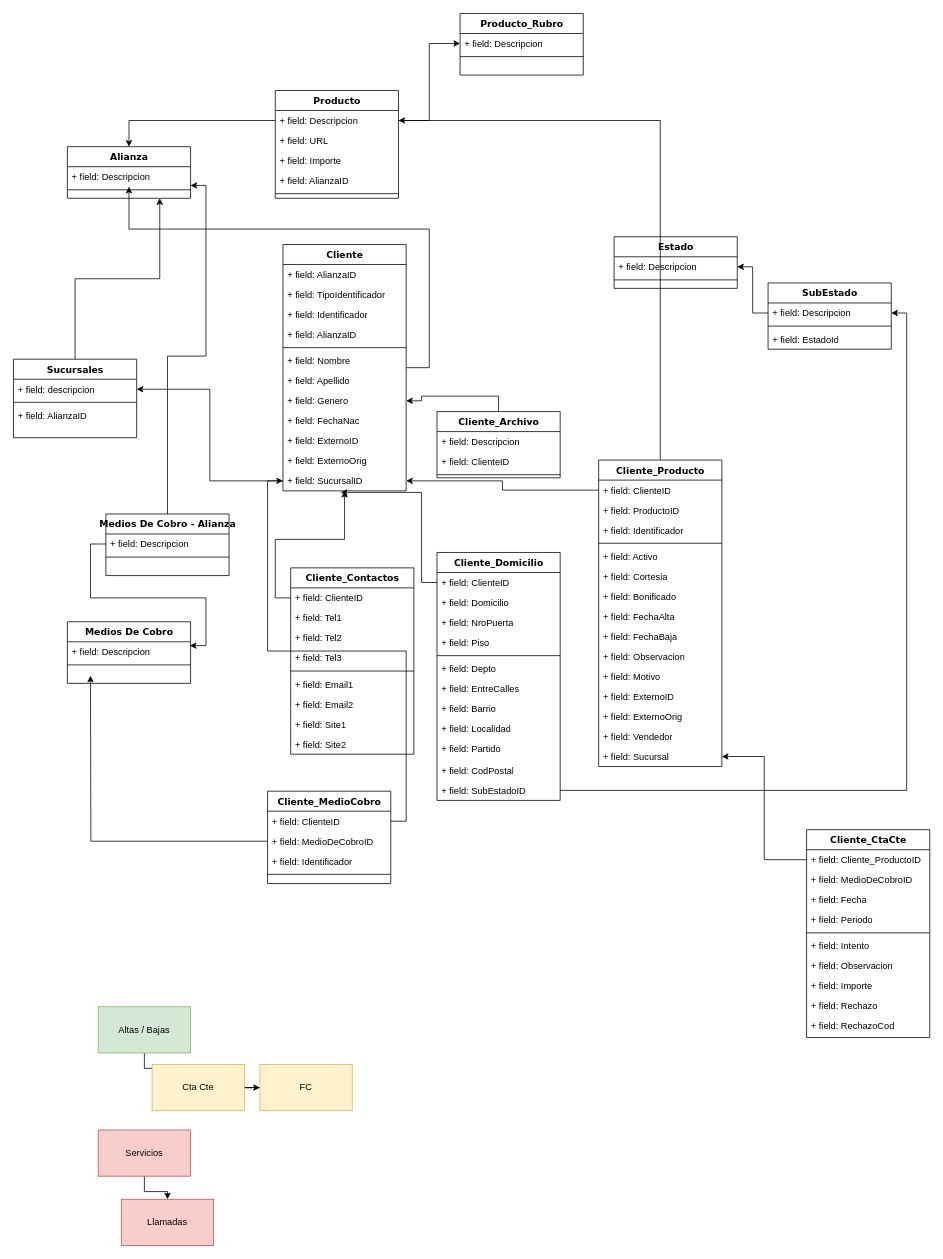
The draw.io diagram gag/Untitled Diagram.drawio in globalassistgroup/.github, before the edit. Source tidied: cells renumbered, new cells numbered last; positions are measured from the earlier drawing's top-left corner, leaving out a move shared by most shapes. Both pictures are drawn from the tidied source at 77%, with x=0, y=0 at pixel (13, 13).
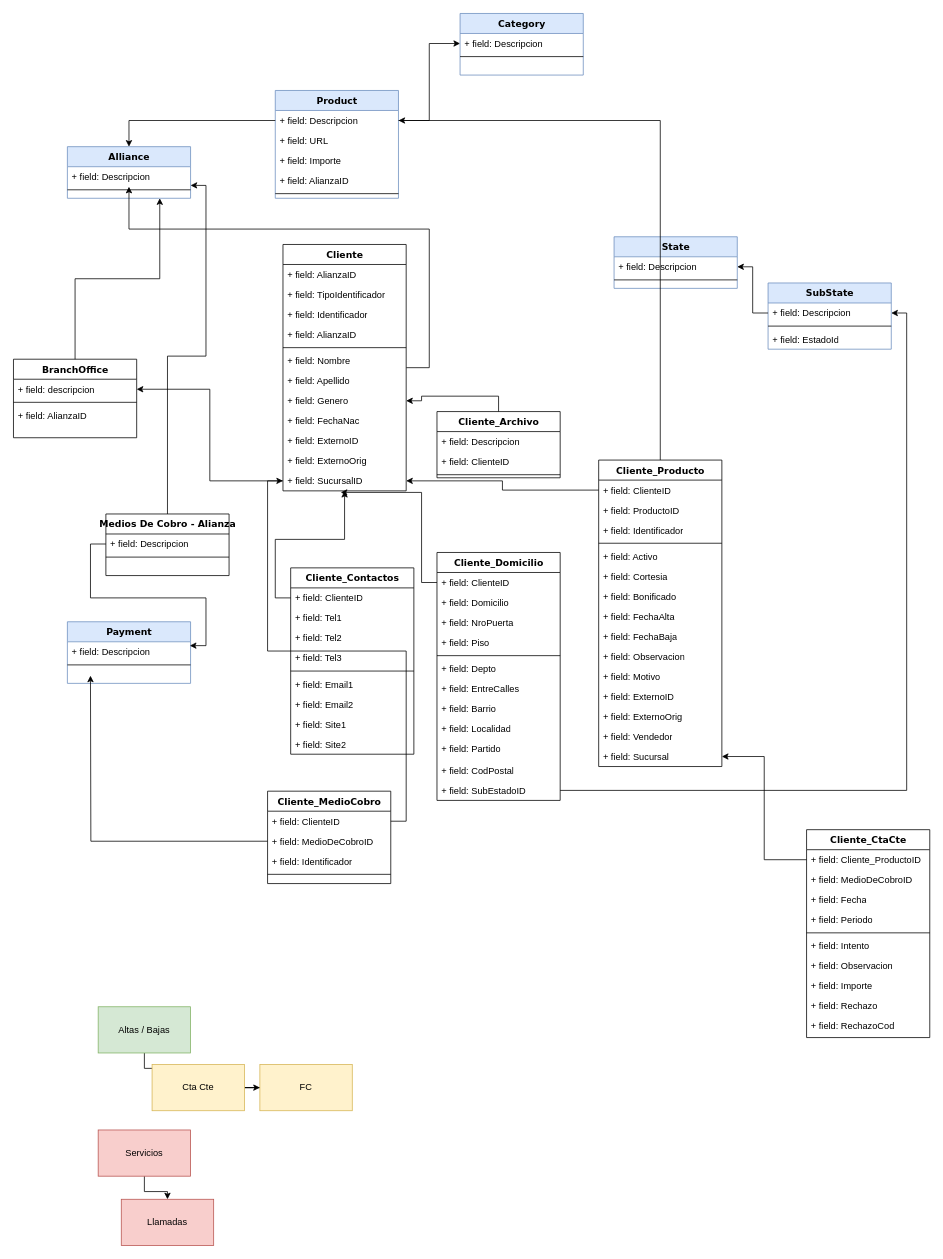
After the change.

Diff of the diagram source:
```diff
@@
-    <mxCell id="2" value="Alianza" style="swimlane;html=1;fontStyle=1;align=center;verticalAlign=top;horizontal=1;startSize=26;swimlaneFillColor=#ffffff;rounded=0;shadow=0;comic=0;labelBackgroundColor=none;strokeWidth=1;fillColor=none;fontFamily=Verdana;fontSize=12;" parent="1" vertex="1">
+    <mxCell id="2" value="Alliance" style="swimlane;html=1;fontStyle=1;align=center;verticalAlign=top;horizontal=1;startSize=26;swimlaneFillColor=#ffffff;rounded=0;shadow=0;comic=0;labelBackgroundColor=none;strokeWidth=1;fillColor=#dae8fc;fontFamily=Verdana;fontSize=12;strokeColor=#6c8ebf;" parent="1" vertex="1">
       <mxGeometry x="70" y="173" width="160" height="67" as="geometry" />
     </mxCell>
@@
-    <mxCell id="5" value="Producto_Rubro" style="swimlane;html=1;fontStyle=1;align=center;verticalAlign=top;horizontal=1;startSize=26;swimlaneFillColor=#ffffff;rounded=0;shadow=0;comic=0;labelBackgroundColor=none;strokeWidth=1;fillColor=none;fontFamily=Verdana;fontSize=12;" parent="1" vertex="1">
+    <mxCell id="5" value="Category" style="swimlane;html=1;fontStyle=1;align=center;verticalAlign=top;horizontal=1;startSize=26;swimlaneFillColor=#ffffff;rounded=0;shadow=0;comic=0;labelBackgroundColor=none;strokeWidth=1;fillColor=#dae8fc;fontFamily=Verdana;fontSize=12;strokeColor=#6c8ebf;" parent="1" vertex="1">
       <mxGeometry x="580" width="160" height="80" as="geometry" />
     </mxCell>
@@
-    <mxCell id="8" value="Producto" style="swimlane;html=1;fontStyle=1;align=center;verticalAlign=top;horizontal=1;startSize=26;swimlaneFillColor=#ffffff;rounded=0;shadow=0;comic=0;labelBackgroundColor=none;strokeWidth=1;fillColor=none;fontFamily=Verdana;fontSize=12;" parent="1" vertex="1">
+    <mxCell id="8" value="Product" style="swimlane;html=1;fontStyle=1;align=center;verticalAlign=top;horizontal=1;startSize=26;swimlaneFillColor=#ffffff;rounded=0;shadow=0;comic=0;labelBackgroundColor=none;strokeWidth=1;fillColor=#dae8fc;fontFamily=Verdana;fontSize=12;strokeColor=#6c8ebf;" parent="1" vertex="1">
       <mxGeometry x="340" y="100" width="160" height="140" as="geometry" />
     </mxCell>
@@
-    <mxCell id="15" value="Sucursales" style="swimlane;html=1;fontStyle=1;align=center;verticalAlign=top;horizontal=1;startSize=26;swimlaneFillColor=#ffffff;rounded=0;shadow=0;comic=0;labelBackgroundColor=none;strokeWidth=1;fillColor=none;fontFamily=Verdana;fontSize=12;" parent="1" vertex="1">
+    <mxCell id="15" value="BranchOffice" style="swimlane;html=1;fontStyle=1;align=center;verticalAlign=top;horizontal=1;startSize=26;swimlaneFillColor=#ffffff;rounded=0;shadow=0;comic=0;labelBackgroundColor=none;strokeWidth=1;fillColor=none;fontFamily=Verdana;fontSize=12;" parent="1" vertex="1">
       <mxGeometry y="449" width="160" height="102" as="geometry" />
     </mxCell>
@@
-    <mxCell id="21" value="Medios De Cobro" style="swimlane;html=1;fontStyle=1;align=center;verticalAlign=top;horizontal=1;startSize=26;swimlaneFillColor=#ffffff;rounded=0;shadow=0;comic=0;labelBackgroundColor=none;strokeWidth=1;fillColor=none;fontFamily=Verdana;fontSize=12;" parent="1" vertex="1">
+    <mxCell id="21" value="Payment" style="swimlane;html=1;fontStyle=1;align=center;verticalAlign=top;horizontal=1;startSize=26;swimlaneFillColor=#ffffff;rounded=0;shadow=0;comic=0;labelBackgroundColor=none;strokeWidth=1;fillColor=#dae8fc;fontFamily=Verdana;fontSize=12;strokeColor=#6c8ebf;" parent="1" vertex="1">
       <mxGeometry x="70" y="790" width="160" height="80" as="geometry" />
     </mxCell>
@@
-    <mxCell id="29" value="Estado" style="swimlane;html=1;fontStyle=1;align=center;verticalAlign=top;horizontal=1;startSize=26;swimlaneFillColor=#ffffff;rounded=0;shadow=0;comic=0;labelBackgroundColor=none;strokeWidth=1;fillColor=none;fontFamily=Verdana;fontSize=12;" parent="1" vertex="1">
+    <mxCell id="29" value="State" style="swimlane;html=1;fontStyle=1;align=center;verticalAlign=top;horizontal=1;startSize=26;swimlaneFillColor=#ffffff;rounded=0;shadow=0;comic=0;labelBackgroundColor=none;strokeWidth=1;fillColor=#dae8fc;fontFamily=Verdana;fontSize=12;strokeColor=#6c8ebf;" parent="1" vertex="1">
       <mxGeometry x="780" y="290" width="160" height="67" as="geometry" />
     </mxCell>
@@
-    <mxCell id="32" value="SubEstado" style="swimlane;html=1;fontStyle=1;align=center;verticalAlign=top;horizontal=1;startSize=26;swimlaneFillColor=#ffffff;rounded=0;shadow=0;comic=0;labelBackgroundColor=none;strokeWidth=1;fillColor=none;fontFamily=Verdana;fontSize=12;" parent="1" vertex="1">
+    <mxCell id="32" value="SubState" style="swimlane;html=1;fontStyle=1;align=center;verticalAlign=top;horizontal=1;startSize=26;swimlaneFillColor=#ffffff;rounded=0;shadow=0;comic=0;labelBackgroundColor=none;strokeWidth=1;fillColor=#dae8fc;fontFamily=Verdana;fontSize=12;strokeColor=#6c8ebf;" parent="1" vertex="1">
       <mxGeometry x="980" y="350" width="160" height="86" as="geometry" />
     </mxCell>
```
